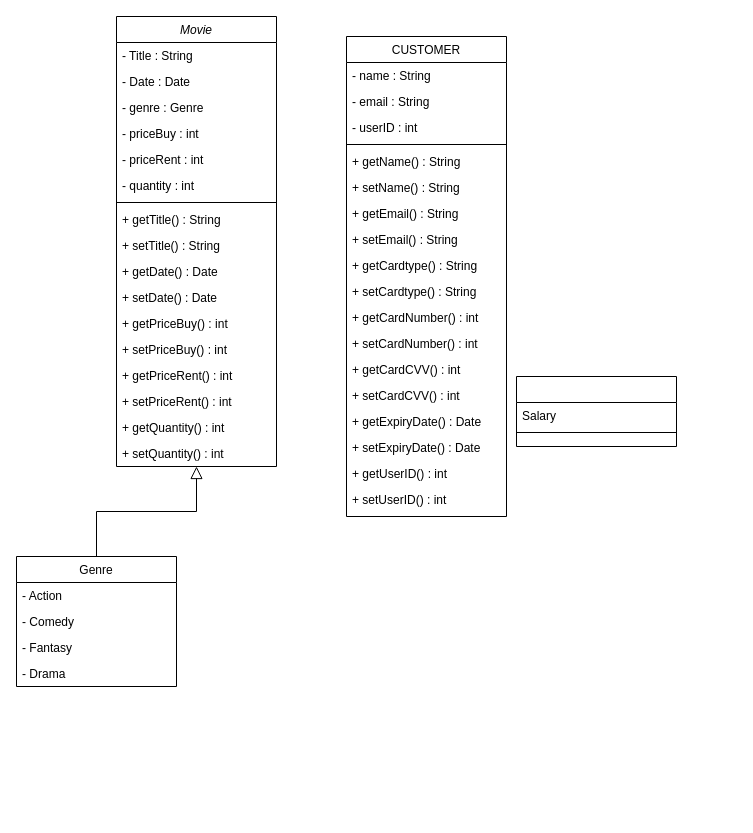
This is Trabalho escrito/classdiagram.drawio from AlissonDMoura/Movie-Rental, a draw.io file, before an edit. Source tidied: cells renumbered, new cells numbered last; positions are measured from the earlier drawing's top-left corner, leaving out a move shared by most shapes. Both pictures are drawn from the tidied source at 100%, with x=0, y=0 at pixel (16, 16).
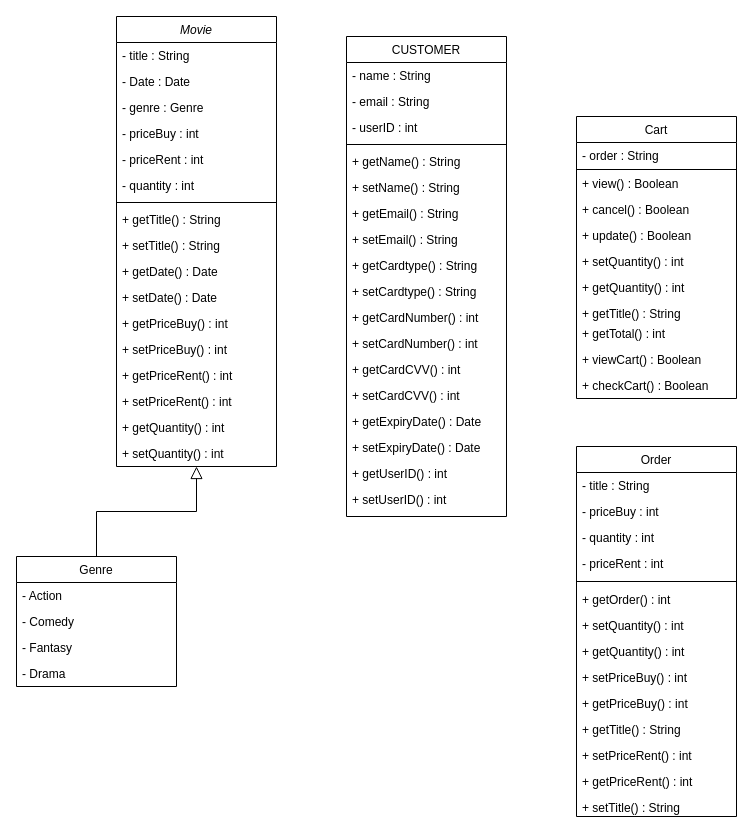
Above is the later version.

Commit message (it also covers changes not shown here):
Class Diagram

Class Diagram v2

The change refers to these unchanged cells:
```xml
<mxCell id="2" value="Movie" style="swimlane;fontStyle=2;align=center;verticalAlign=top;horizontal=1;startSize=26;rounded=0;shadow=0;strokeWidth=1;" parent="1" vertex="1">
  <mxGeometry x="100" width="160" height="450" as="geometry" />
</mxCell>
```

What changed in the source:
```diff
@@
-    <mxCell id="3" value="- Title : String" style="text;align=left;verticalAlign=top;spacingLeft=4;spacingRight=4;overflow=hidden;" parent="2" vertex="1">
+    <mxCell id="3" value="- title : String" style="text;align=left;verticalAlign=top;spacingLeft=4;spacingRight=4;overflow=hidden;" parent="2" vertex="1">
       <mxGeometry y="26" width="160" height="26" as="geometry" />
     </mxCell>
@@
-    <mxCell id="26" style="swimlane;fontStyle=0;align=center;verticalAlign=top;horizontal=1;startSize=26;rounded=0;shadow=0;strokeWidth=1;" parent="1" vertex="1">
-      <mxGeometry x="500" y="360" width="160" height="70" as="geometry" />
+    <mxCell id="26" value="Cart" style="swimlane;fontStyle=0;align=center;verticalAlign=top;horizontal=1;startSize=26;rounded=0;shadow=0;strokeWidth=1;" parent="1" vertex="1">
+      <mxGeometry x="560" y="100" width="160" height="282" as="geometry" />
     </mxCell>
-    <mxCell id="27" value="Salary" style="text;align=left;verticalAlign=top;spacingLeft=4;spacingRight=4;overflow=hidden;" parent="26" vertex="1">
-      <mxGeometry y="26" width="160" height="26" as="geometry" />
-    </mxCell>
+    <mxCell id="48" value="- order : String" style="text;align=left;verticalAlign=top;spacingLeft=4;spacingRight=4;overflow=hidden;" parent="26" vertex="1">
+      <mxGeometry y="26" width="160" height="26" as="geometry" />
+    </mxCell>
     <mxCell id="28" style="line;html=1;strokeWidth=1;align=left;verticalAlign=middle;spacingTop=-1;spacingLeft=3;spacingRight=3;labelPosition=right;" parent="26" vertex="1">
-      <mxGeometry y="52" width="160" height="8" as="geometry" />
+      <mxGeometry y="52" width="160" height="2" as="geometry" />
     </mxCell>
+    <mxCell id="49" value="+ view() : Boolean" style="text;align=left;verticalAlign=top;spacingLeft=4;spacingRight=4;overflow=hidden;rounded=0;shadow=0;html=0;" parent="26" vertex="1">
+      <mxGeometry y="54" width="160" height="26" as="geometry" />
+    </mxCell>
+    <mxCell id="50" value="+ cancel() : Boolean" style="text;align=left;verticalAlign=top;spacingLeft=4;spacingRight=4;overflow=hidden;rounded=0;shadow=0;html=0;" parent="26" vertex="1">
+      <mxGeometry y="80" width="160" height="26" as="geometry" />
+    </mxCell>
+    <mxCell id="51" value="+ update() : Boolean" style="text;align=left;verticalAlign=top;spacingLeft=4;spacingRight=4;overflow=hidden;rounded=0;shadow=0;html=0;" parent="26" vertex="1">
+      <mxGeometry y="106" width="160" height="26" as="geometry" />
+    </mxCell>
+    <mxCell id="52" value="+ setQuantity() : int" style="text;align=left;verticalAlign=top;spacingLeft=4;spacingRight=4;overflow=hidden;rounded=0;shadow=0;html=0;" parent="26" vertex="1">
+      <mxGeometry y="132" width="160" height="26" as="geometry" />
+    </mxCell>
+    <mxCell id="53" value="+ getQuantity() : int" style="text;align=left;verticalAlign=top;spacingLeft=4;spacingRight=4;overflow=hidden;rounded=0;shadow=0;html=0;" parent="26" vertex="1">
+      <mxGeometry y="158" width="160" height="26" as="geometry" />
+    </mxCell>
+    <mxCell id="54" value="+ getTitle() : String" style="text;align=left;verticalAlign=top;spacingLeft=4;spacingRight=4;overflow=hidden;rounded=0;shadow=0;html=0;" parent="26" vertex="1">
+      <mxGeometry y="184" width="160" height="20" as="geometry" />
+    </mxCell>
+    <mxCell id="55" value="+ getTotal() : int" style="text;align=left;verticalAlign=top;spacingLeft=4;spacingRight=4;overflow=hidden;rounded=0;shadow=0;html=0;" parent="26" vertex="1">
+      <mxGeometry y="204" width="160" height="26" as="geometry" />
+    </mxCell>
+    <mxCell id="56" value="+ viewCart() : Boolean" style="text;align=left;verticalAlign=top;spacingLeft=4;spacingRight=4;overflow=hidden;rounded=0;shadow=0;html=0;" parent="26" vertex="1">
+      <mxGeometry y="230" width="160" height="26" as="geometry" />
+    </mxCell>
+    <mxCell id="57" value="+ checkCart() : Boolean" style="text;align=left;verticalAlign=top;spacingLeft=4;spacingRight=4;overflow=hidden;rounded=0;shadow=0;html=0;" parent="26" vertex="1">
+      <mxGeometry y="256" width="160" height="26" as="geometry" />
+    </mxCell>
@@
+    <mxCell id="58" value="Order" style="swimlane;fontStyle=0;align=center;verticalAlign=top;horizontal=1;startSize=26;rounded=0;shadow=0;strokeWidth=1;" parent="1" vertex="1">
+      <mxGeometry x="560" y="430" width="160" height="370" as="geometry" />
+    </mxCell>
+    <mxCell id="59" value="- title : String" style="text;align=left;verticalAlign=top;spacingLeft=4;spacingRight=4;overflow=hidden;" parent="58" vertex="1">
+      <mxGeometry y="26" width="160" height="26" as="geometry" />
+    </mxCell>
+    <mxCell id="60" value="- priceBuy : int" style="text;align=left;verticalAlign=top;spacingLeft=4;spacingRight=4;overflow=hidden;rounded=0;shadow=0;html=0;" parent="58" vertex="1">
+      <mxGeometry y="52" width="160" height="26" as="geometry" />
+    </mxCell>
+    <mxCell id="61" value="- quantity : int" style="text;align=left;verticalAlign=top;spacingLeft=4;spacingRight=4;overflow=hidden;rounded=0;shadow=0;html=0;" parent="58" vertex="1">
+      <mxGeometry y="78" width="160" height="26" as="geometry" />
+    </mxCell>
+    <mxCell id="62" value="- priceRent : int" style="text;align=left;verticalAlign=top;spacingLeft=4;spacingRight=4;overflow=hidden;rounded=0;shadow=0;html=0;" parent="58" vertex="1">
+      <mxGeometry y="104" width="160" height="26" as="geometry" />
+    </mxCell>
+    <mxCell id="63" style="line;html=1;strokeWidth=1;align=left;verticalAlign=middle;spacingTop=-1;spacingLeft=3;spacingRight=3;labelPosition=right;" parent="58" vertex="1">
+      <mxGeometry y="130" width="160" height="10" as="geometry" />
+    </mxCell>
+    <mxCell id="64" value="+ getOrder() : int" style="text;align=left;verticalAlign=top;spacingLeft=4;spacingRight=4;overflow=hidden;rounded=0;shadow=0;html=0;" parent="58" vertex="1">
+      <mxGeometry y="140" width="160" height="26" as="geometry" />
+    </mxCell>
+    <mxCell id="65" value="+ setQuantity() : int" style="text;align=left;verticalAlign=top;spacingLeft=4;spacingRight=4;overflow=hidden;rounded=0;shadow=0;html=0;" parent="58" vertex="1">
+      <mxGeometry y="166" width="160" height="26" as="geometry" />
+    </mxCell>
+    <mxCell id="66" value="+ getQuantity() : int" style="text;align=left;verticalAlign=top;spacingLeft=4;spacingRight=4;overflow=hidden;rounded=0;shadow=0;html=0;" parent="58" vertex="1">
+      <mxGeometry y="192" width="160" height="26" as="geometry" />
+    </mxCell>
+    <mxCell id="67" value="+ setPriceBuy() : int" style="text;align=left;verticalAlign=top;spacingLeft=4;spacingRight=4;overflow=hidden;rounded=0;shadow=0;html=0;" parent="58" vertex="1">
+      <mxGeometry y="218" width="160" height="26" as="geometry" />
+    </mxCell>
+    <mxCell id="68" value="+ getPriceBuy() : int" style="text;align=left;verticalAlign=top;spacingLeft=4;spacingRight=4;overflow=hidden;rounded=0;shadow=0;html=0;" parent="58" vertex="1">
+      <mxGeometry y="244" width="160" height="26" as="geometry" />
+    </mxCell>
+    <mxCell id="69" value="+ getTitle() : String" style="text;align=left;verticalAlign=top;spacingLeft=4;spacingRight=4;overflow=hidden;rounded=0;shadow=0;html=0;" parent="58" vertex="1">
+      <mxGeometry y="270" width="160" height="26" as="geometry" />
+    </mxCell>
+    <mxCell id="70" value="+ setPriceRent() : int" style="text;align=left;verticalAlign=top;spacingLeft=4;spacingRight=4;overflow=hidden;rounded=0;shadow=0;html=0;" parent="58" vertex="1">
+      <mxGeometry y="296" width="160" height="26" as="geometry" />
+    </mxCell>
+    <mxCell id="71" value="+ getPriceRent() : int" style="text;align=left;verticalAlign=top;spacingLeft=4;spacingRight=4;overflow=hidden;rounded=0;shadow=0;html=0;" parent="58" vertex="1">
+      <mxGeometry y="322" width="160" height="26" as="geometry" />
+    </mxCell>
+    <mxCell id="72" value="+ setTitle() : String" style="text;align=left;verticalAlign=top;spacingLeft=4;spacingRight=4;overflow=hidden;rounded=0;shadow=0;html=0;" parent="58" vertex="1">
+      <mxGeometry y="348" width="160" height="22" as="geometry" />
+    </mxCell>
```
